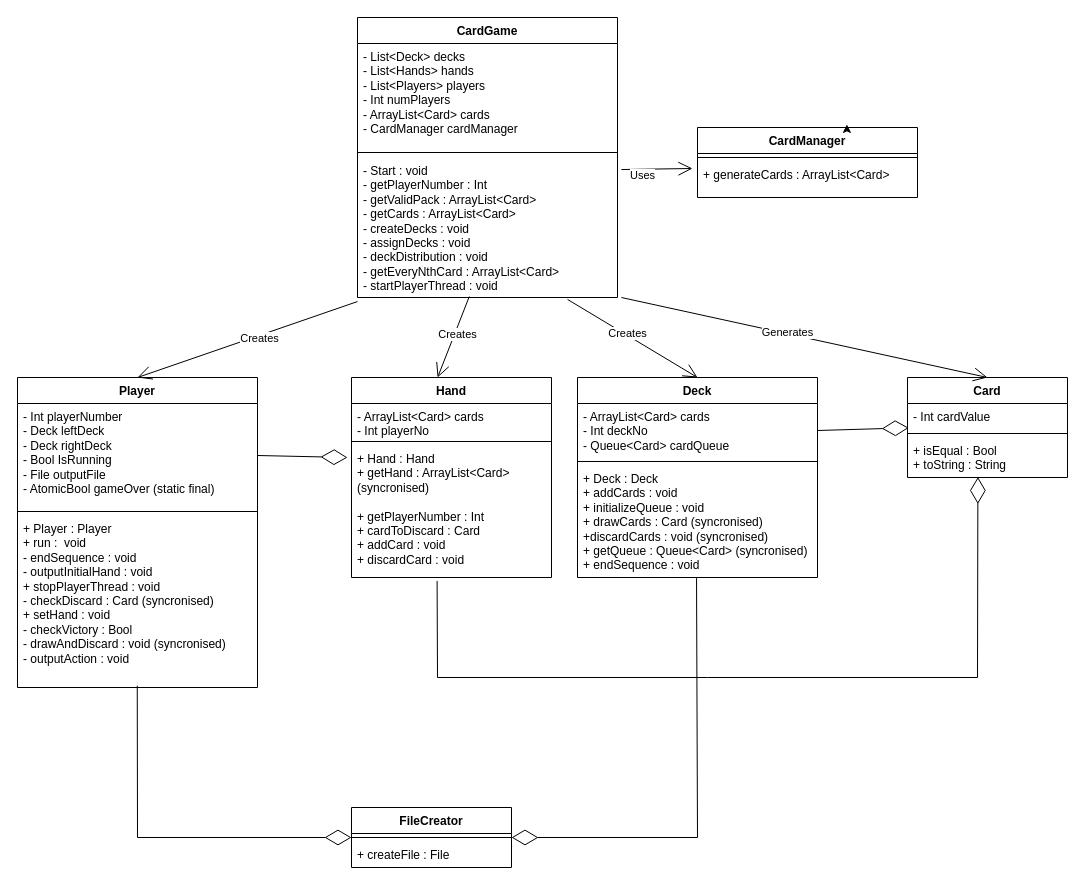
Earlier version of the draw.io diagram Untitled Diagram.drawio (Finn-Gosney/Card-game-software-dev). Source tidied: cells renumbered, new cells numbered last; positions are measured from the earlier drawing's top-left corner, leaving out a move shared by most shapes. Both pictures are drawn from the tidied source at 100%, with x=0, y=0 at pixel (17, 17).
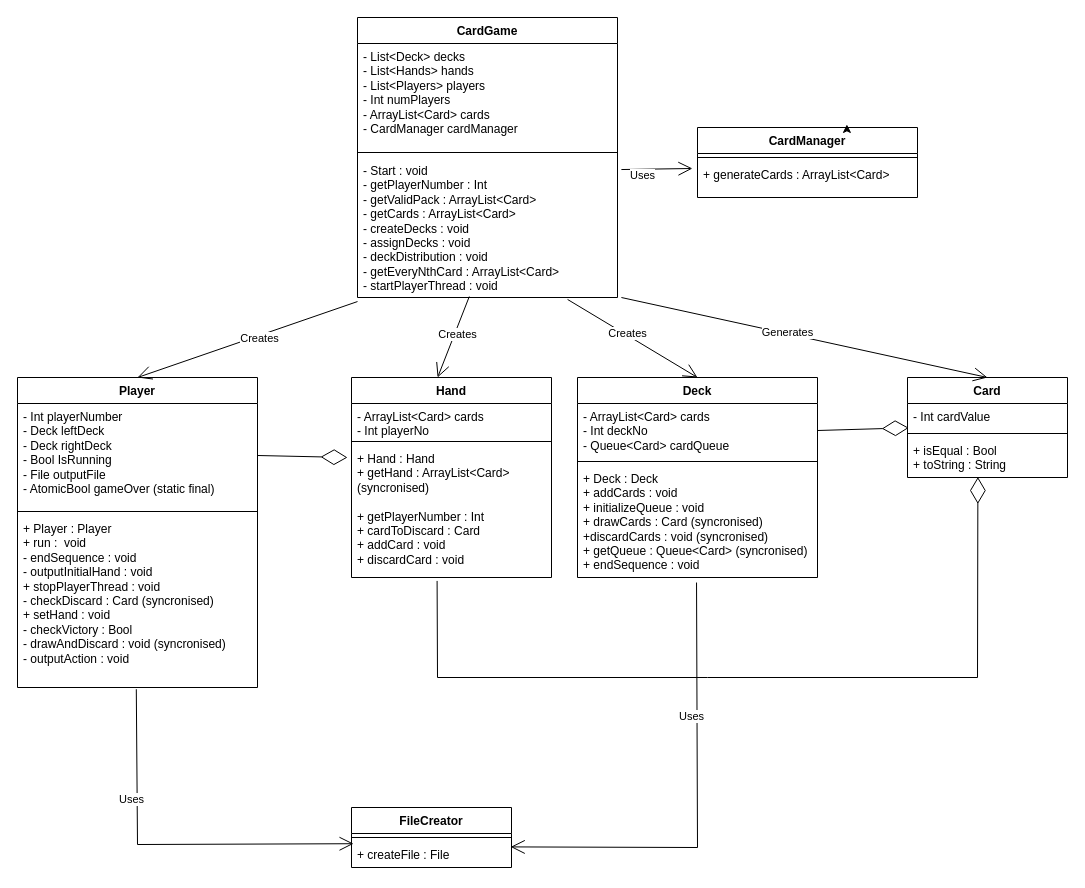
The same diagram, later.

Unchanged cells that the change refers to:
```xml
<mxCell id="9" value="&lt;div&gt;+ Player : Player&lt;/div&gt;&lt;div&gt;+ run :&amp;nbsp; void&lt;/div&gt;&lt;div&gt;- endSequence : void&lt;/div&gt;&lt;div&gt;- outputInitialHand : void&lt;/div&gt;&lt;div&gt;+ stopPlayerThread : void&lt;/div&gt;&lt;div&gt;- checkDiscard : Card (syncronised)&lt;/div&gt;&lt;div&gt;+ setHand : void&lt;/div&gt;&lt;div&gt;- checkVictory : Bool &lt;br&gt;&lt;/div&gt;&lt;div&gt;- drawAndDiscard : void (syncronised)&lt;/div&gt;&lt;div&gt;- outputAction : void&lt;br&gt;&lt;/div&gt;" style="text;strokeColor=none;fillColor=none;align=left;verticalAlign=top;spacingLeft=4;spacingRight=4;overflow=hidden;points=[[0,0.5],[1,0.5]];portConstraint=eastwest;whiteSpace=wrap;html=1;" parent="6" vertex="1">
  <mxGeometry y="138" width="240" height="172" as="geometry" />
</mxCell>
<mxCell id="13" value="&lt;div&gt;+ Deck : Deck&lt;/div&gt;&lt;div&gt;+ addCards : void &lt;br&gt;&lt;/div&gt;&lt;div&gt;+ initializeQueue : void&lt;/div&gt;&lt;div&gt;+ drawCards : Card (syncronised)&lt;/div&gt;&lt;div&gt;+discardCards : void (syncronised) &lt;br&gt;&lt;/div&gt;&lt;div&gt;+ getQueue : Queue&amp;lt;Card&amp;gt; (syncronised)&lt;/div&gt;&lt;div&gt;+ endSequence : void&lt;br&gt;&lt;/div&gt;" style="text;strokeColor=none;fillColor=none;align=left;verticalAlign=top;spacingLeft=4;spacingRight=4;overflow=hidden;points=[[0,0.5],[1,0.5]];portConstraint=eastwest;whiteSpace=wrap;html=1;" parent="10" vertex="1">
  <mxGeometry y="88" width="240" height="112" as="geometry" />
</mxCell>
<mxCell id="17" value="FileCreator" style="swimlane;fontStyle=1;align=center;verticalAlign=top;horizontal=1;startSize=26;whiteSpace=wrap;html=1;" parent="1" vertex="1">
  <mxGeometry x="334" y="790" width="160" height="60" as="geometry" />
</mxCell>
<mxCell id="19" value="+ createFile : File" style="text;strokeColor=none;fillColor=none;align=left;verticalAlign=top;spacingLeft=4;spacingRight=4;overflow=hidden;points=[[0,0.5],[1,0.5]];portConstraint=eastwest;whiteSpace=wrap;html=1;" parent="17" vertex="1">
  <mxGeometry y="34" width="160" height="26" as="geometry" />
</mxCell>
```

The edit, as a diff of the source:
```diff
@@
-    <mxCell id="42" style="endArrow=diamondThin;endFill=0;endSize=24;html=1;rounded=0;exitX=0.499;exitY=0.99;exitDx=0;exitDy=0;exitPerimeter=0;entryX=0;entryY=0.5;entryDx=0;entryDy=0;" parent="1" edge="1" source="9" target="17">
-      <mxGeometry relative="1" as="geometry">
-        <Array as="points">
-          <mxPoint x="120" y="820" />
-        </Array>
-      </mxGeometry>
-    </mxCell>
-    <mxCell id="43" style="endArrow=diamondThin;endFill=0;endSize=24;html=1;rounded=0;entryX=1;entryY=0.5;entryDx=0;entryDy=0;exitX=0.496;exitY=1.006;exitDx=0;exitDy=0;exitPerimeter=0;" parent="1" edge="1" source="13" target="17">
-      <mxGeometry relative="1" as="geometry">
-        <Array as="points">
-          <mxPoint x="680" y="820" />
-        </Array>
-      </mxGeometry>
-    </mxCell>
+    <mxCell id="44" style="endArrow=open;endFill=1;endSize=12;html=1;rounded=0;entryX=0.013;entryY=0.085;entryDx=0;entryDy=0;entryPerimeter=0;exitX=0.495;exitY=1.01;exitDx=0;exitDy=0;exitPerimeter=0;" parent="1" edge="1" source="9" target="19">
+      <mxGeometry relative="1" as="geometry">
+        <Array as="points">
+          <mxPoint x="120" y="827" />
+        </Array>
+      </mxGeometry>
+    </mxCell>
+    <mxCell id="45" value="Uses" style="edgeLabel;html=1;align=center;verticalAlign=middle;" parent="44" vertex="1">
+      <mxGeometry x="-0.41" y="-6" relative="1" as="geometry" />
+    </mxCell>
+    <mxCell id="46" style="endArrow=open;endFill=1;endSize=12;html=1;rounded=0;entryX=0.995;entryY=0.208;entryDx=0;entryDy=0;entryPerimeter=0;exitX=0.496;exitY=1.045;exitDx=0;exitDy=0;exitPerimeter=0;" parent="1" edge="1" source="13" target="19">
+      <mxGeometry relative="1" as="geometry">
+        <Array as="points">
+          <mxPoint x="680" y="830" />
+        </Array>
+      </mxGeometry>
+    </mxCell>
+    <mxCell id="47" value="Uses" style="edgeLabel;html=1;align=center;verticalAlign=middle;" parent="46" vertex="1">
+      <mxGeometry x="-0.41" y="-6" relative="1" as="geometry" />
+    </mxCell>
```
